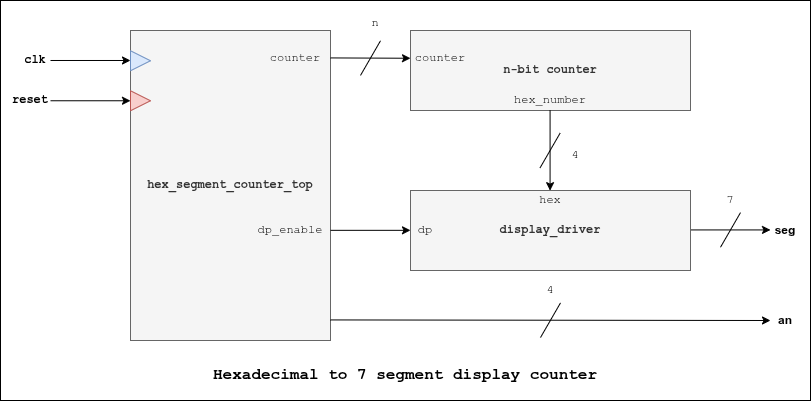
Above: doc/img/hex_segment_counter.png in Raul055/verilog-examples (draw.io), before the change. Source tidied: cells renumbered, new cells last; positions are measured from the earlier drawing's top-left corner, leaving out a move shared by most shapes.
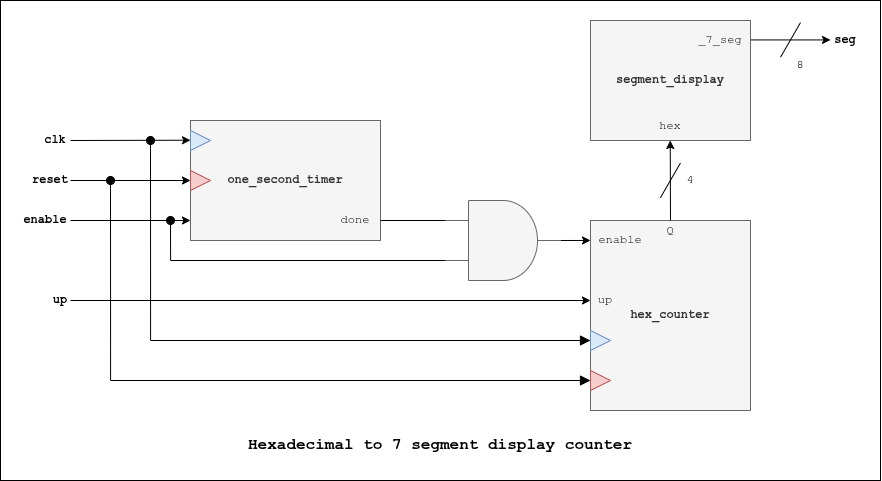
After the change.

What changed in the source:
```diff
@@ -3,21 +3,21 @@
     <mxCell id="0" />
     <mxCell id="1" parent="0" />
     <mxCell id="2" style="rounded=0;whiteSpace=wrap;html=1;" parent="1" vertex="1">
-      <mxGeometry width="810" height="400" as="geometry" />
+      <mxGeometry x="-60" y="-40" width="880" height="480" as="geometry" />
     </mxCell>
-    <mxCell id="3" value="hex_segment_counter_top" style="rounded=0;whiteSpace=wrap;html=1;fontStyle=1;fillColor=#f5f5f5;fontColor=#333333;strokeColor=#666666;fontFamily=Courier New;" parent="1" vertex="1">
-      <mxGeometry x="130" y="30" width="200" height="310" as="geometry" />
+    <mxCell id="3" value="one_second_timer" style="rounded=0;whiteSpace=wrap;html=1;fontStyle=1;fillColor=#f5f5f5;fontColor=#333333;strokeColor=#666666;fontFamily=Courier New;" parent="1" vertex="1">
+      <mxGeometry x="130" y="80" width="190" height="120" as="geometry" />
     </mxCell>
     <mxCell id="4" value="clk" style="text;html=1;whiteSpace=wrap;strokeColor=none;fillColor=none;align=center;verticalAlign=middle;rounded=0;fontStyle=1;fontFamily=Courier New;" parent="1" vertex="1">
-      <mxGeometry x="20" y="50.3" width="30" height="20" as="geometry" />
+      <mxGeometry x="-20" y="90" width="30" height="20" as="geometry" />
     </mxCell>
-    <mxCell id="5" value="7" style="text;html=1;whiteSpace=wrap;strokeColor=none;fillColor=none;align=center;verticalAlign=middle;rounded=0;fontFamily=Courier New;" parent="1" vertex="1">
-      <mxGeometry x="720" y="190" width="20" height="20" as="geometry" />
+    <mxCell id="5" value="8" style="text;html=1;whiteSpace=wrap;strokeColor=none;fillColor=none;align=center;verticalAlign=middle;rounded=0;fontFamily=Courier New;" parent="1" vertex="1">
+      <mxGeometry x="730" y="15" width="20" height="20" as="geometry" />
     </mxCell>
     <mxCell id="6" style="endArrow=classic;html=1;rounded=0;endFill=1;" parent="1" edge="1">
       <mxGeometry relative="1" as="geometry">
-        <mxPoint x="690" y="229.4" as="sourcePoint" />
-        <mxPoint x="770" y="229.4" as="targetPoint" />
+        <mxPoint x="690" y="-0.6" as="sourcePoint" />
+        <mxPoint x="770" y="-0.6" as="targetPoint" />
       </mxGeometry>
     </mxCell>
     <mxCell id="7" style="shape=line;html=1;rotation=-60;" parent="6" vertex="1">
@@ -25,107 +25,134 @@
         <mxPoint x="-20" y="-7" as="offset" />
       </mxGeometry>
     </mxCell>
-    <mxCell id="8" value="seg" style="text;html=1;whiteSpace=wrap;strokeColor=none;fillColor=none;align=center;verticalAlign=middle;rounded=0;fontStyle=1;" parent="1" vertex="1">
-      <mxGeometry x="770" y="220" width="30" height="20" as="geometry" />
+    <mxCell id="8" value="seg" style="text;html=1;whiteSpace=wrap;strokeColor=none;fillColor=none;align=center;verticalAlign=middle;rounded=0;fontStyle=1;fontFamily=Courier New;" parent="1" vertex="1">
+      <mxGeometry x="770" y="-10" width="30" height="20" as="geometry" />
     </mxCell>
     <mxCell id="9" style="triangle;whiteSpace=wrap;html=1;fillColor=#dae8fc;strokeColor=#6c8ebf;" parent="1" vertex="1">
-      <mxGeometry x="130" y="50.3" width="20" height="20" as="geometry" />
+      <mxGeometry x="130" y="90" width="20" height="20" as="geometry" />
     </mxCell>
     <mxCell id="10" style="endArrow=classic;html=1;rounded=0;" parent="1" edge="1">
       <mxGeometry relative="1" as="geometry">
-        <mxPoint x="50" y="60" as="sourcePoint" />
-        <mxPoint x="130" y="60" as="targetPoint" />
+        <mxPoint x="10" y="100" as="sourcePoint" />
+        <mxPoint x="130" y="99.7" as="targetPoint" />
       </mxGeometry>
     </mxCell>
     <mxCell id="11" style="endArrow=classic;html=1;rounded=0;endFill=1;" parent="1" edge="1">
       <mxGeometry relative="1" as="geometry">
-        <mxPoint x="50" y="100.3" as="sourcePoint" />
-        <mxPoint x="130" y="100.3" as="targetPoint" />
+        <mxPoint x="10" y="140" as="sourcePoint" />
+        <mxPoint x="130" y="140" as="targetPoint" />
       </mxGeometry>
     </mxCell>
     <mxCell id="12" value="reset" style="text;html=1;whiteSpace=wrap;strokeColor=none;fillColor=none;align=center;verticalAlign=middle;rounded=0;fontStyle=1;fontFamily=Courier New;" parent="1" vertex="1">
-      <mxGeometry x="10" y="90.3" width="40" height="20" as="geometry" />
+      <mxGeometry x="-30" y="130" width="40" height="20" as="geometry" />
     </mxCell>
     <mxCell id="13" style="triangle;whiteSpace=wrap;html=1;fillColor=#f8cecc;strokeColor=#b85450;" parent="1" vertex="1">
-      <mxGeometry x="130" y="90.3" width="20" height="20" as="geometry" />
+      <mxGeometry x="130" y="130" width="20" height="20" as="geometry" />
     </mxCell>
-    <mxCell id="14" value="n-bit counter" style="rounded=0;whiteSpace=wrap;html=1;fontStyle=1;fillColor=#f5f5f5;fontColor=#333333;strokeColor=#666666;fontFamily=Courier New;" parent="1" vertex="1">
-      <mxGeometry x="410" y="30" width="280" height="80" as="geometry" />
+    <mxCell id="14" value="hex_counter" style="rounded=0;whiteSpace=wrap;html=1;fontStyle=1;fillColor=#f5f5f5;fontColor=#333333;strokeColor=#666666;fontFamily=Courier New;" parent="1" vertex="1">
+      <mxGeometry x="530" y="180" width="160" height="190" as="geometry" />
     </mxCell>
-    <mxCell id="15" style="endArrow=classic;html=1;rounded=0;endFill=1;" parent="1" edge="1">
-      <mxGeometry relative="1" as="geometry">
-        <mxPoint x="330" y="57.4" as="sourcePoint" />
-        <mxPoint x="410" y="57.8" as="targetPoint" />
-      </mxGeometry>
-    </mxCell>
-    <mxCell id="16" style="shape=line;html=1;rotation=-60;" parent="15" vertex="1">
-      <mxGeometry width="40" height="14" relative="1" as="geometry">
-        <mxPoint x="-20" y="-7" as="offset" />
-      </mxGeometry>
-    </mxCell>
-    <mxCell id="17" value="n" style="text;html=1;whiteSpace=wrap;strokeColor=none;fillColor=none;align=center;verticalAlign=middle;rounded=0;fontFamily=Courier New;" parent="1" vertex="1">
-      <mxGeometry x="360" y="7.8" width="30" height="30" as="geometry" />
-    </mxCell>
-    <mxCell id="18" value="counter" style="text;html=1;whiteSpace=wrap;strokeColor=none;fillColor=none;align=center;verticalAlign=middle;rounded=0;fontFamily=Courier New;" parent="1" vertex="1">
-      <mxGeometry x="260" y="42.8" width="70" height="30" as="geometry" />
+    <mxCell id="18" value="done" style="text;html=1;whiteSpace=wrap;strokeColor=none;fillColor=none;align=center;verticalAlign=middle;rounded=0;fontFamily=Courier New;" parent="1" vertex="1">
+      <mxGeometry x="270" y="167.5" width="50" height="25" as="geometry" />
     </mxCell>
+    <mxCell id="21" value="enable" style="text;html=1;whiteSpace=wrap;strokeColor=none;fillColor=none;align=center;verticalAlign=middle;rounded=0;fontFamily=Courier New;" parent="1" vertex="1">
+      <mxGeometry x="530" y="190" width="60" height="20" as="geometry" />
+    </mxCell>
+    <mxCell id="33" value="Hexadecimal to 7 segment display counter" style="text;html=1;whiteSpace=wrap;strokeColor=none;fillColor=none;align=center;verticalAlign=middle;rounded=0;fontSize=16;fontStyle=1;fontFamily=Courier New;" parent="1" vertex="1">
+      <mxGeometry x="180" y="390" width="400" height="30" as="geometry" />
+    </mxCell>
+    <mxCell id="34" style="endArrow=classic;html=1;rounded=0;endFill=1;" parent="1" edge="1">
+      <mxGeometry relative="1" as="geometry">
+        <mxPoint x="10" y="260" as="sourcePoint" />
+        <mxPoint x="530" y="260" as="targetPoint" />
+      </mxGeometry>
+    </mxCell>
+    <mxCell id="35" value="up" style="text;html=1;whiteSpace=wrap;strokeColor=none;fillColor=none;align=center;verticalAlign=middle;rounded=0;fontStyle=1;fontFamily=Courier New;" parent="1" vertex="1">
+      <mxGeometry x="-10" y="250" width="20" height="20" as="geometry" />
+    </mxCell>
+    <mxCell id="36" style="endArrow=classic;html=1;rounded=0;endFill=1;" parent="1" edge="1">
+      <mxGeometry relative="1" as="geometry">
+        <mxPoint x="10" y="180" as="sourcePoint" />
+        <mxPoint x="130" y="180" as="targetPoint" />
+      </mxGeometry>
+    </mxCell>
+    <mxCell id="37" value="enable" style="text;html=1;whiteSpace=wrap;strokeColor=none;fillColor=none;align=center;verticalAlign=middle;rounded=0;fontStyle=1;fontFamily=Courier New;" parent="1" vertex="1">
+      <mxGeometry x="-40" y="170" width="50" height="20" as="geometry" />
+    </mxCell>
+    <mxCell id="38" style="edgeStyle=orthogonalEdgeStyle;rounded=0;jettySize=auto;html=1;exitX=1;exitY=0.5;exitDx=0;exitDy=0;exitPerimeter=0;" parent="1" edge="1" source="39">
+      <mxGeometry relative="1" as="geometry">
+        <mxPoint x="530" y="200" as="targetPoint" />
+      </mxGeometry>
+    </mxCell>
+    <mxCell id="39" style="verticalLabelPosition=bottom;shadow=0;dashed=0;align=center;html=1;verticalAlign=top;shape=mxgraph.electrical.logic_gates.logic_gate;operation=and;fillColor=#f5f5f5;fontColor=#333333;strokeColor=#666666;" parent="1" vertex="1">
+      <mxGeometry x="385" y="160" width="115" height="80" as="geometry" />
+    </mxCell>
+    <mxCell id="40" style="edgeStyle=segmentEdgeStyle;endArrow=none;html=1;curved=0;rounded=0;endSize=8;startSize=8;entryX=0;entryY=0.75;entryDx=0;entryDy=0;entryPerimeter=0;endFill=0;startArrow=oval;startFill=1;" parent="1" edge="1" target="39">
+      <mxGeometry relative="1" as="geometry">
+        <mxPoint x="110" y="180" as="sourcePoint" />
+        <Array as="points">
+          <mxPoint x="110" y="220" />
+        </Array>
+      </mxGeometry>
+    </mxCell>
+    <mxCell id="41" style="edgeStyle=none;orthogonalLoop=1;jettySize=auto;html=1;rounded=0;endArrow=none;endFill=0;" parent="1" edge="1">
+      <mxGeometry relative="1" as="geometry">
+        <mxPoint x="320" y="180" as="sourcePoint" />
+        <mxPoint x="385" y="180" as="targetPoint" />
+      </mxGeometry>
+    </mxCell>
+    <mxCell id="42" value="up" style="text;html=1;whiteSpace=wrap;strokeColor=none;fillColor=none;align=center;verticalAlign=middle;rounded=0;fontFamily=Courier New;" parent="1" vertex="1">
+      <mxGeometry x="530" y="250" width="30" height="20" as="geometry" />
+    </mxCell>
+    <mxCell id="43" style="edgeStyle=segmentEdgeStyle;endArrow=block;html=1;curved=0;rounded=0;endSize=8;startSize=8;endFill=1;startArrow=oval;startFill=1;" parent="1" edge="1">
+      <mxGeometry relative="1" as="geometry">
+        <mxPoint x="50" y="140" as="sourcePoint" />
+        <mxPoint x="530" y="340" as="targetPoint" />
+        <Array as="points">
+          <mxPoint x="50" y="340" />
+        </Array>
+      </mxGeometry>
+    </mxCell>
+    <mxCell id="44" style="edgeStyle=segmentEdgeStyle;endArrow=block;html=1;curved=0;rounded=0;endSize=8;startSize=8;endFill=1;startArrow=oval;startFill=1;" parent="1" edge="1">
+      <mxGeometry relative="1" as="geometry">
+        <mxPoint x="90" y="100" as="sourcePoint" />
+        <mxPoint x="530" y="300" as="targetPoint" />
+        <Array as="points">
+          <mxPoint x="90" y="300" />
+        </Array>
+      </mxGeometry>
+    </mxCell>
+    <mxCell id="45" style="triangle;whiteSpace=wrap;html=1;fillColor=#dae8fc;strokeColor=#6c8ebf;" parent="1" vertex="1">
+      <mxGeometry x="530" y="290" width="20" height="20" as="geometry" />
+    </mxCell>
+    <mxCell id="46" value="segment_display" style="rounded=0;whiteSpace=wrap;html=1;fontStyle=1;fillColor=#f5f5f5;fontColor=#333333;strokeColor=#666666;fontFamily=Courier New;" parent="1" vertex="1">
+      <mxGeometry x="530" y="-20" width="160" height="120" as="geometry" />
+    </mxCell>
+    <mxCell id="47" style="triangle;whiteSpace=wrap;html=1;fillColor=#f8cecc;strokeColor=#b85450;" parent="1" vertex="1">
+      <mxGeometry x="530" y="330" width="20" height="20" as="geometry" />
+    </mxCell>
+    <mxCell id="48" value="4" style="text;html=1;whiteSpace=wrap;strokeColor=none;fillColor=none;align=center;verticalAlign=middle;rounded=0;fontFamily=Courier New;direction=west;" parent="1" vertex="1">
+      <mxGeometry x="620" y="130" width="20" height="20" as="geometry" />
+    </mxCell>
+    <mxCell id="49" style="endArrow=classic;html=1;rounded=0;endFill=1;" parent="1" edge="1">
+      <mxGeometry relative="1" as="geometry">
+        <mxPoint x="610" y="180" as="sourcePoint" />
+        <mxPoint x="609.7" y="100" as="targetPoint" />
+      </mxGeometry>
+    </mxCell>
+    <mxCell id="50" style="shape=line;html=1;rotation=-60;direction=east;" parent="49" vertex="1">
+      <mxGeometry width="40" height="14" relative="1" as="geometry">
+        <mxPoint x="-20" y="-7" as="offset" />
+      </mxGeometry>
+    </mxCell>
+    <mxCell id="51" value="&lt;font face=&quot;Courier New&quot; style=&quot;font-weight: normal;&quot;&gt;Q&lt;/font&gt;" style="text;html=1;whiteSpace=wrap;strokeColor=none;fillColor=none;align=center;verticalAlign=middle;rounded=0;fontStyle=1;direction=west;" parent="1" vertex="1">
+      <mxGeometry x="595" y="180" width="30" height="20" as="geometry" />
+    </mxCell>
+    <mxCell id="23" value="&lt;font face=&quot;Courier New&quot; style=&quot;font-weight: normal;&quot;&gt;hex&lt;/font&gt;" style="text;html=1;whiteSpace=wrap;strokeColor=none;fillColor=none;align=center;verticalAlign=middle;rounded=0;fontStyle=1;direction=west;" parent="1" vertex="1">
+      <mxGeometry x="595" y="70" width="30" height="30" as="geometry" />
+    </mxCell>
-    <mxCell id="19" value="counter" style="text;html=1;whiteSpace=wrap;strokeColor=none;fillColor=none;align=center;verticalAlign=middle;rounded=0;fontFamily=Courier New;" parent="1" vertex="1">
-      <mxGeometry x="410" y="42.8" width="60" height="30" as="geometry" />
+    <mxCell id="19" value="_7_seg" style="text;html=1;whiteSpace=wrap;strokeColor=none;fillColor=none;align=center;verticalAlign=middle;rounded=0;fontFamily=Courier New;" parent="1" vertex="1">
+      <mxGeometry x="630" y="-15" width="60" height="30" as="geometry" />
     </mxCell>
-    <mxCell id="20" value="display_driver" style="rounded=0;whiteSpace=wrap;html=1;fontStyle=1;fillColor=#f5f5f5;fontColor=#333333;strokeColor=#666666;fontFamily=Courier New;" parent="1" vertex="1">
-      <mxGeometry x="410" y="190" width="280" height="80" as="geometry" />
-    </mxCell>
-    <mxCell id="21" value="hex_number" style="text;html=1;whiteSpace=wrap;strokeColor=none;fillColor=none;align=center;verticalAlign=middle;rounded=0;fontFamily=Courier New;" parent="1" vertex="1">
-      <mxGeometry x="510" y="90.3" width="80" height="20" as="geometry" />
-    </mxCell>
-    <mxCell id="22" value="dp" style="text;html=1;whiteSpace=wrap;strokeColor=none;fillColor=none;align=center;verticalAlign=middle;rounded=0;fontFamily=Courier New;" parent="1" vertex="1">
-      <mxGeometry x="410" y="220" width="30" height="20" as="geometry" />
-    </mxCell>
-    <mxCell id="23" value="hex" style="text;html=1;whiteSpace=wrap;strokeColor=none;fillColor=none;align=center;verticalAlign=middle;rounded=0;fontFamily=Courier New;" parent="1" vertex="1">
-      <mxGeometry x="510" y="190" width="80" height="20" as="geometry" />
-    </mxCell>
-    <mxCell id="24" value="dp_enable" style="text;html=1;whiteSpace=wrap;strokeColor=none;fillColor=none;align=center;verticalAlign=middle;rounded=0;fontFamily=Courier New;" parent="1" vertex="1">
-      <mxGeometry x="250" y="220" width="80" height="20" as="geometry" />
-    </mxCell>
-    <mxCell id="25" style="endArrow=classic;html=1;rounded=0;" parent="1" edge="1">
-      <mxGeometry relative="1" as="geometry">
-        <mxPoint x="330" y="229.8" as="sourcePoint" />
-        <mxPoint x="410" y="229.8" as="targetPoint" />
-      </mxGeometry>
-    </mxCell>
-    <mxCell id="26" value="4" style="text;html=1;whiteSpace=wrap;strokeColor=none;fillColor=none;align=center;verticalAlign=middle;rounded=0;fontFamily=Courier New;" parent="1" vertex="1">
-      <mxGeometry x="540" y="280" width="20" height="20" as="geometry" />
-    </mxCell>
-    <mxCell id="27" style="endArrow=classic;html=1;rounded=0;endFill=1;" parent="1" edge="1">
-      <mxGeometry relative="1" as="geometry">
-        <mxPoint x="330" y="319.4" as="sourcePoint" />
-        <mxPoint x="770" y="320" as="targetPoint" />
-      </mxGeometry>
-    </mxCell>
-    <mxCell id="28" style="shape=line;html=1;rotation=-60;" parent="27" vertex="1">
-      <mxGeometry width="40" height="14" relative="1" as="geometry">
-        <mxPoint x="-20" y="-7" as="offset" />
-      </mxGeometry>
-    </mxCell>
-    <mxCell id="29" value="an" style="text;html=1;whiteSpace=wrap;strokeColor=none;fillColor=none;align=center;verticalAlign=middle;rounded=0;fontStyle=1;" parent="1" vertex="1">
-      <mxGeometry x="770" y="309.9" width="30" height="20" as="geometry" />
-    </mxCell>
-    <mxCell id="30" style="endArrow=classic;html=1;rounded=0;endFill=1;" parent="1" edge="1">
-      <mxGeometry relative="1" as="geometry">
-        <mxPoint x="549.6" y="110" as="sourcePoint" />
-        <mxPoint x="549.6" y="190.2" as="targetPoint" />
-      </mxGeometry>
-    </mxCell>
-    <mxCell id="31" style="shape=line;html=1;rotation=-60;" parent="30" vertex="1">
-      <mxGeometry width="40" height="14" relative="1" as="geometry">
-        <mxPoint x="-20" y="-7" as="offset" />
-      </mxGeometry>
-    </mxCell>
-    <mxCell id="32" value="4" style="text;html=1;whiteSpace=wrap;strokeColor=none;fillColor=none;align=center;verticalAlign=middle;rounded=0;fontFamily=Courier New;" parent="1" vertex="1">
-      <mxGeometry x="560" y="140" width="30" height="30" as="geometry" />
-    </mxCell>
-    <mxCell id="33" value="Hexadecimal to 7 segment display counter" style="text;html=1;whiteSpace=wrap;strokeColor=none;fillColor=none;align=center;verticalAlign=middle;rounded=0;fontSize=16;fontStyle=1;fontFamily=Courier New;" parent="1" vertex="1">
-      <mxGeometry x="205" y="360" width="400" height="30" as="geometry" />
-    </mxCell>
   </root>
 </mxGraphModel>
```
